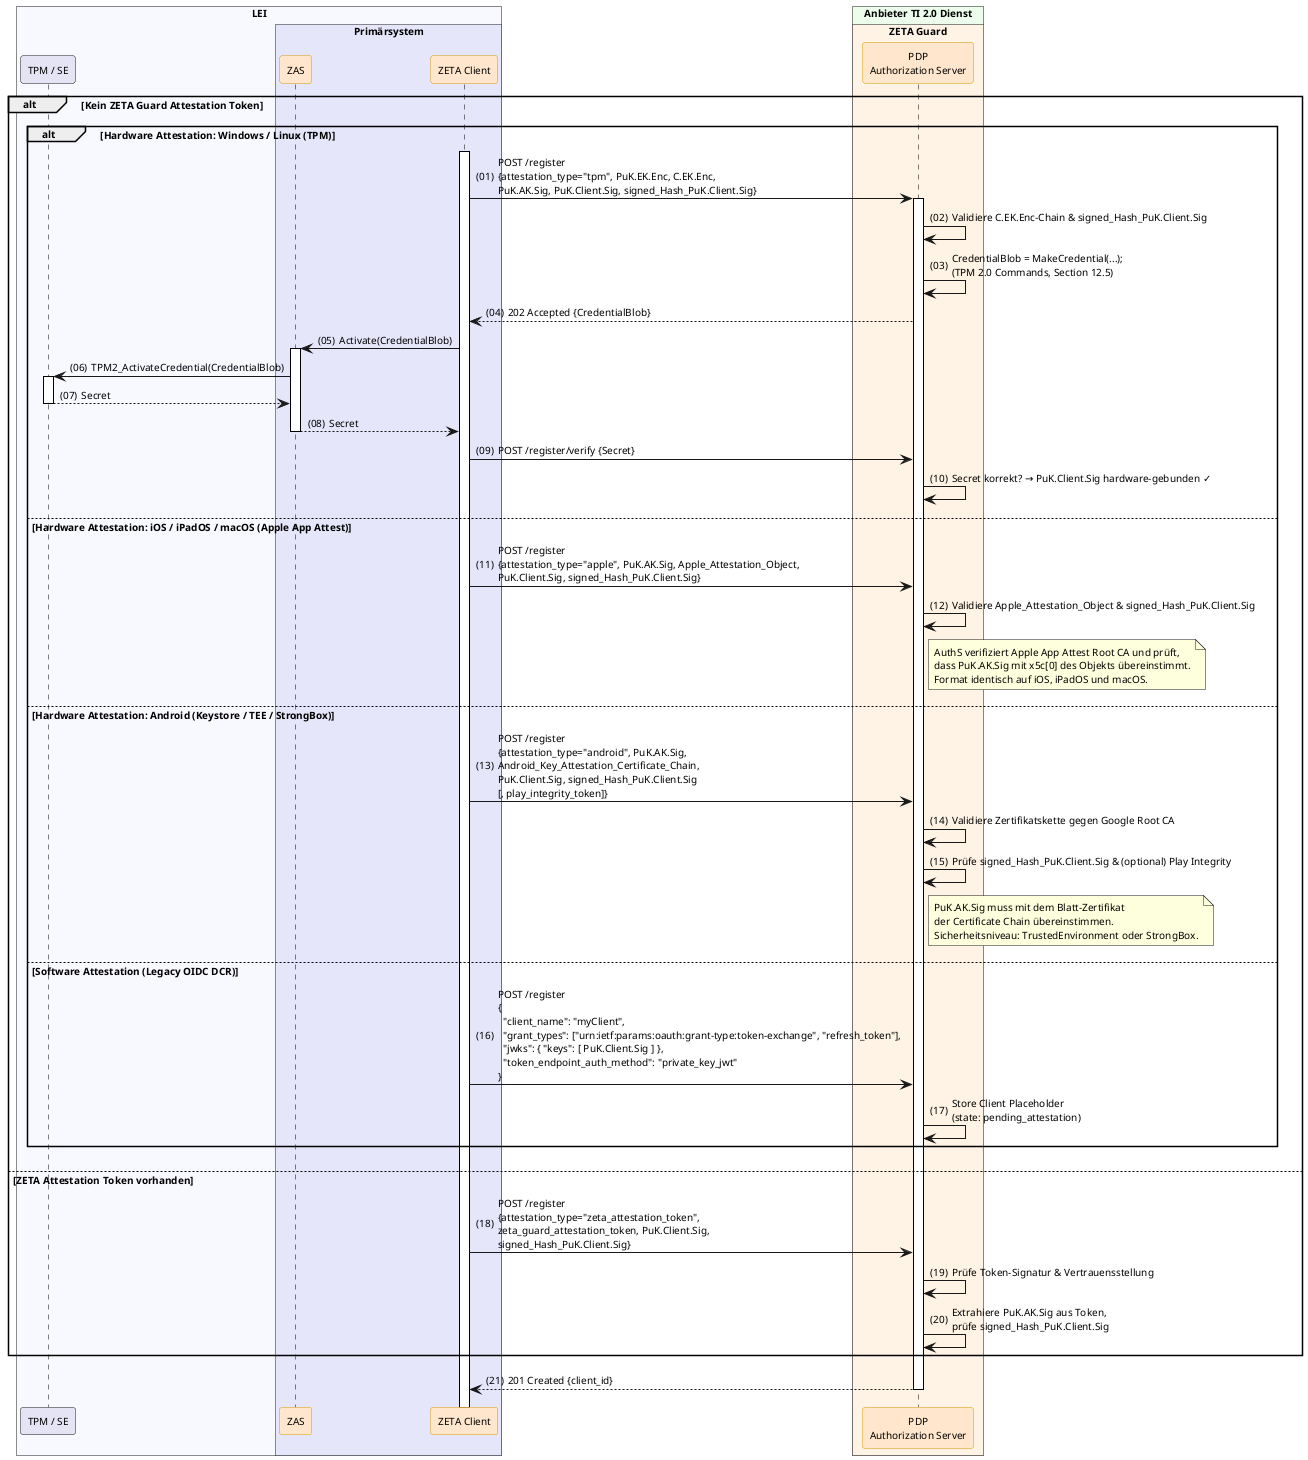
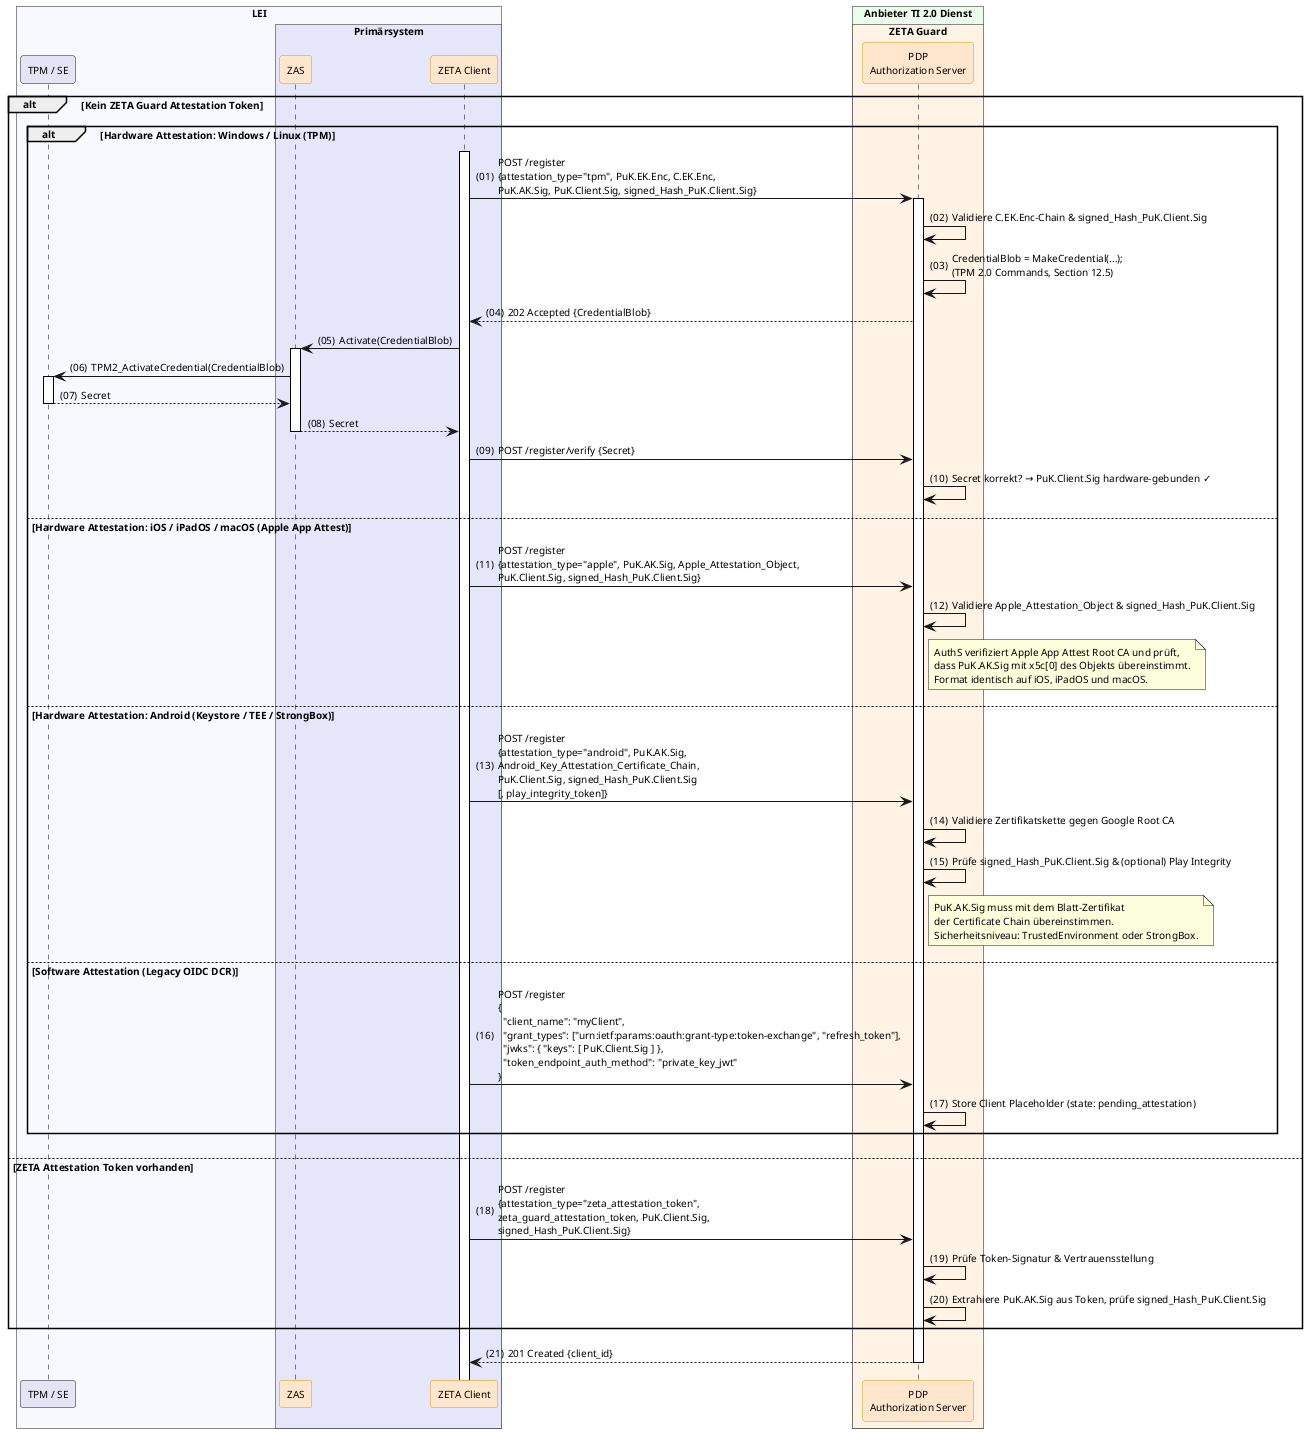
@startuml "dcr-with-key-binding"
autonumber "(00)"
skinparam defaultFontSize 10
skinparam defaultFontName Helvetica
skinparam DefaultMonospacedFontName Courier
skinparam lengthAdjust none
skinparam sequenceReferenceBackgroundColor White
skinparam SequenceReferenceFontSize 12
skinparam sequenceMessageAlign left
hide stereotype

' Box colors
!define ZETA_GUARD_COLOR #FFF3E5
!define LEI_COLOR #GhostWhite
!define LEI_COMPONENT_COLOR #E4E4F4
!define PRIMAERSYSTEM_COLOR #Lavender
!define PROVIDER_COLOR #EDFDEC

' Participant colors
<style>
sequenceDiagram {
  participant {
    .zeta {
      BackgroundColor #FFE6CC
      LineColor #D79B00
    }
    .provider {
      BackgroundColor #D5E8D4
      LineColor #82B366
    }
  }
  lifeline {
    BackgroundColor White
    LineColor Black
  }
}
</style>

' title DCR with Key Binding

!pragma teoz true

box "LEI" #GhostWhite
  participant "TPM / SE" as TPM LEI_COMPONENT_COLOR
  box "Primärsystem" PRIMAERSYSTEM_COLOR
    participant ZAS as "ZAS" <<zeta>>
    participant Client as "ZETA Client" <<zeta>>
  end box
end box

box "Anbieter TI 2.0 Dienst" PROVIDER_COLOR
  box "ZETA Guard" ZETA_GUARD_COLOR
    participant AuthS as "PDP\nAuthorization Server" <<zeta>>
  end box
end box

alt Kein ZETA Guard Attestation Token
    alt Hardware Attestation: Windows / Linux (TPM)
        Client++
        Client -> AuthS++: POST /register\n{attestation_type="tpm", PuK.EK.Enc, C.EK.Enc,\nPuK.AK.Sig, PuK.Client.Sig, signed_Hash_PuK.Client.Sig}
        AuthS -> AuthS: Validiere C.EK.Enc-Chain & signed_Hash_PuK.Client.Sig
        AuthS -> AuthS: CredentialBlob = MakeCredential(...);\n(TPM 2.0 Commands, Section 12.5)
        AuthS --> Client: 202 Accepted {CredentialBlob}

        Client -> ZAS++: Activate(CredentialBlob)
        ZAS -> TPM++: TPM2_ActivateCredential(CredentialBlob)
        TPM --> ZAS--: Secret
        ZAS --> Client--: Secret

        Client -> AuthS: POST /register/verify {Secret}
        AuthS -> AuthS: Secret korrekt? → PuK.Client.Sig hardware-gebunden ✓

    else Hardware Attestation: iOS / iPadOS / macOS (Apple App Attest)
        Client -> AuthS: POST /register\n{attestation_type="apple", PuK.AK.Sig, Apple_Attestation_Object,\nPuK.Client.Sig, signed_Hash_PuK.Client.Sig}
        AuthS -> AuthS: Validiere Apple_Attestation_Object & signed_Hash_PuK.Client.Sig
        note right of AuthS: AuthS verifiziert Apple App Attest Root CA und prüft,\ndass PuK.AK.Sig mit x5c[0] des Objekts übereinstimmt.\nFormat identisch auf iOS, iPadOS und macOS.

    else Hardware Attestation: Android (Keystore / TEE / StrongBox)
        Client -> AuthS: POST /register\n{attestation_type="android", PuK.AK.Sig,\nAndroid_Key_Attestation_Certificate_Chain,\nPuK.Client.Sig, signed_Hash_PuK.Client.Sig\n[, play_integrity_token]}
        AuthS -> AuthS: Validiere Zertifikatskette gegen Google Root CA
        AuthS -> AuthS: Prüfe signed_Hash_PuK.Client.Sig & (optional) Play Integrity
        note right of AuthS: PuK.AK.Sig muss mit dem Blatt-Zertifikat\nder Certificate Chain übereinstimmen.\nSicherheitsniveau: TrustedEnvironment oder StrongBox.

    else Software Attestation (Legacy OIDC DCR)
        Client -> AuthS: POST /register\n{\n  "client_name": "myClient",\n  "grant_types": ["urn:ietf:params:oauth:grant-type:token-exchange", "refresh_token"],\n  "jwks": { "keys": [ PuK.Client.Sig ] },\n  "token_endpoint_auth_method": "private_key_jwt"\n}
-         AuthS -> AuthS: Store Client Placeholder\n(state: pending_attestation)
+         AuthS -> AuthS: Store Client Placeholder (state: pending_attestation)
    end

else ZETA Attestation Token vorhanden
    Client -> AuthS: POST /register\n{attestation_type="zeta_attestation_token",\nzeta_guard_attestation_token, PuK.Client.Sig,\nsigned_Hash_PuK.Client.Sig}
    AuthS -> AuthS: Prüfe Token-Signatur & Vertrauensstellung
-     AuthS -> AuthS: Extrahiere PuK.AK.Sig aus Token,\nprüfe signed_Hash_PuK.Client.Sig
+     AuthS -> AuthS: Extrahiere PuK.AK.Sig aus Token, prüfe signed_Hash_PuK.Client.Sig
end

AuthS --> Client--: 201 Created {client_id}

@enduml